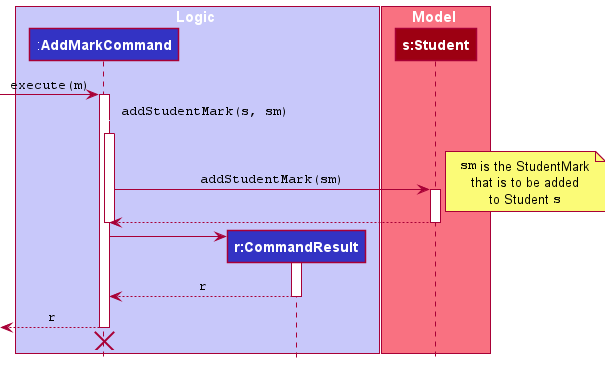
Earlier version of the PlantUML export docs/images/AddMarkSequenceDiagram.png (nus-cs2103-AY2122S1/tp).
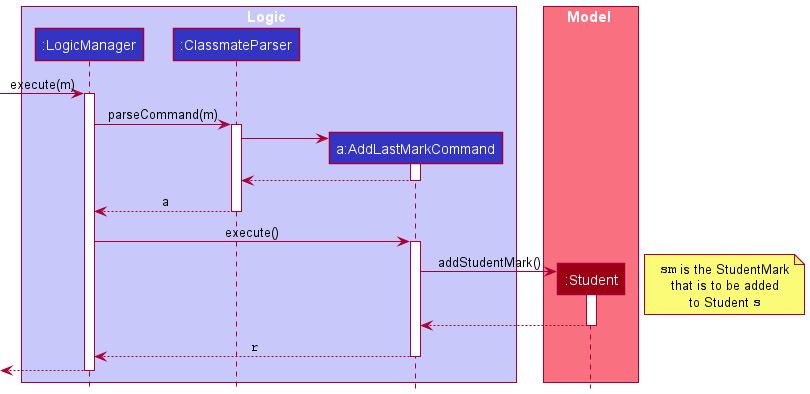
Later version of the same file.

What changed in the source:
```diff
@@ -2,22 +2,36 @@
 !include style.puml
 
 box Logic LOGIC_COLOR_T1
-participant ":**AddMarkCommand**" as AddMarkCommand LOGIC_COLOR
-participant "**r:CommandResult**" as CommandResult LOGIC_COLOR
+participant ":LogicManager" as LogicManager LOGIC_COLOR
+participant ":ClassmateParser" as ClassmateParser LOGIC_COLOR
+participant "a:AddLastMarkCommand" as AddLastMarkCommand LOGIC_COLOR
 end box
 
 box Model MODEL_COLOR_T1
-participant "**s:Student**" as Student MODEL_COLOR
+participant ":Student" as Student MODEL_COLOR
 end box
+[-> LogicManager : execute(m)
+activate LogicManager
 
-[-> AddMarkCommand : ""execute(m)""
-activate AddMarkCommand
+LogicManager -> ClassmateParser : parseCommand(m)
+activate ClassmateParser
 
-AddMarkCommand -[LOGIC_COLOR_T1]> AddMarkCommand : ""addStudentMark(s, sm)""
-activate AddMarkCommand
-AddMarkCommand -> Student : ""addStudentMark(sm)""
+create AddLastMarkCommand
+ClassmateParser -> AddLastMarkCommand
+activate AddLastMarkCommand
+
+AddLastMarkCommand --> ClassmateParser
+deactivate AddLastMarkCommand
+
+ClassmateParser --> LogicManager : a
+deactivate ClassmateParser
+
+LogicManager -> AddLastMarkCommand : execute()
+activate AddLastMarkCommand
+
+create Student
+AddLastMarkCommand -> Student : addStudentMark()
 activate Student
-
 
 note right
 ""sm"" is the StudentMark
@@ -25,21 +39,12 @@
 to Student ""s""
 end note
 
-Student --> AddMarkCommand
+Student --> AddLastMarkCommand
 deactivate Student
-deactivate AddMarkCommand
 
-create CommandResult
-AddMarkCommand -> CommandResult
-activate CommandResult
+AddLastMarkCommand --> LogicManager : ""r""
+deactivate AddLastMarkCommand
 
-CommandResult --> AddMarkCommand : ""r""
-deactivate CommandResult
-
-[<-- AddMarkCommand : ""r""
-deactivate AddMarkCommand
-
-AddMarkCommand -[hidden]> CommandResult
-destroy AddMarkCommand
-
+[<--LogicManager
+deactivate LogicManager
 @enduml
```
